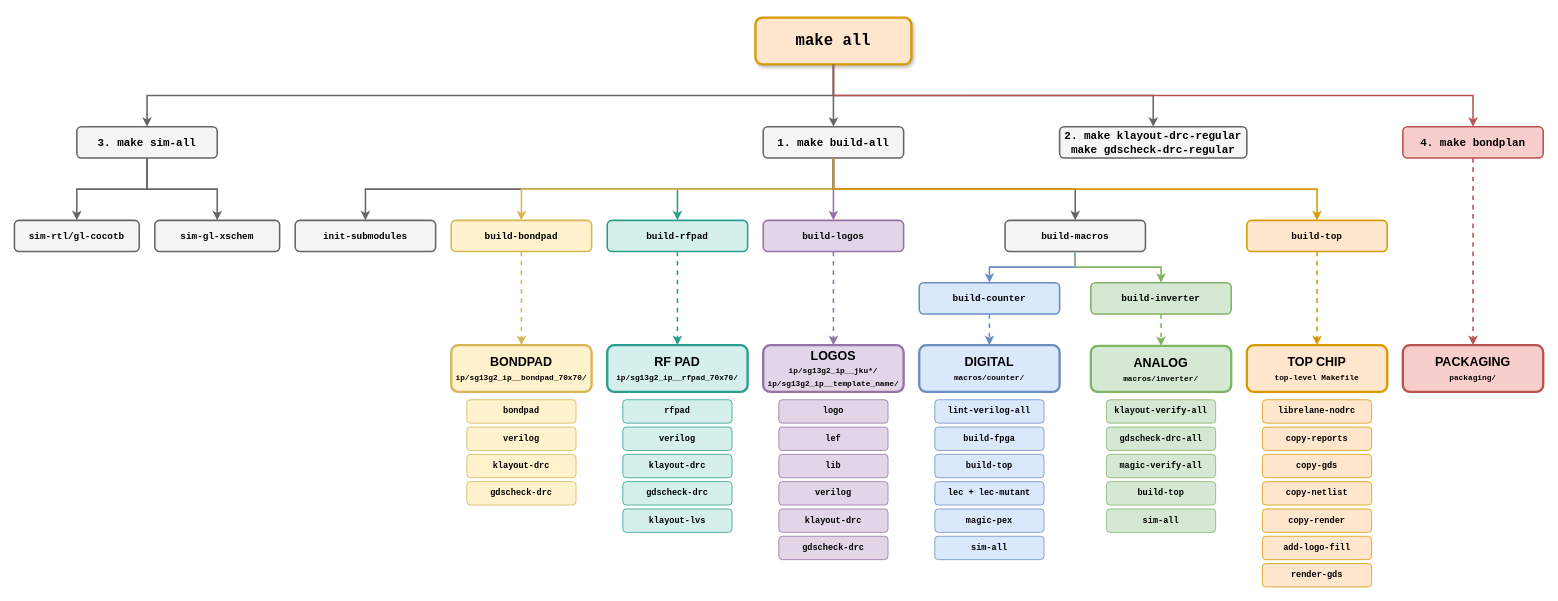
Above: tutorial/fig/targets_overview/targets_overview.drawio in iic-jku/ihp-sg13g2-ams-chip-template (draw.io), before the change. Source tidied: cells renumbered, new cells numbered last; positions are measured from the earlier drawing's top-left corner, leaving out a move shared by most shapes. Both pictures are drawn from the tidied source at 78%, with x=0, y=0 at pixel (14, 17).
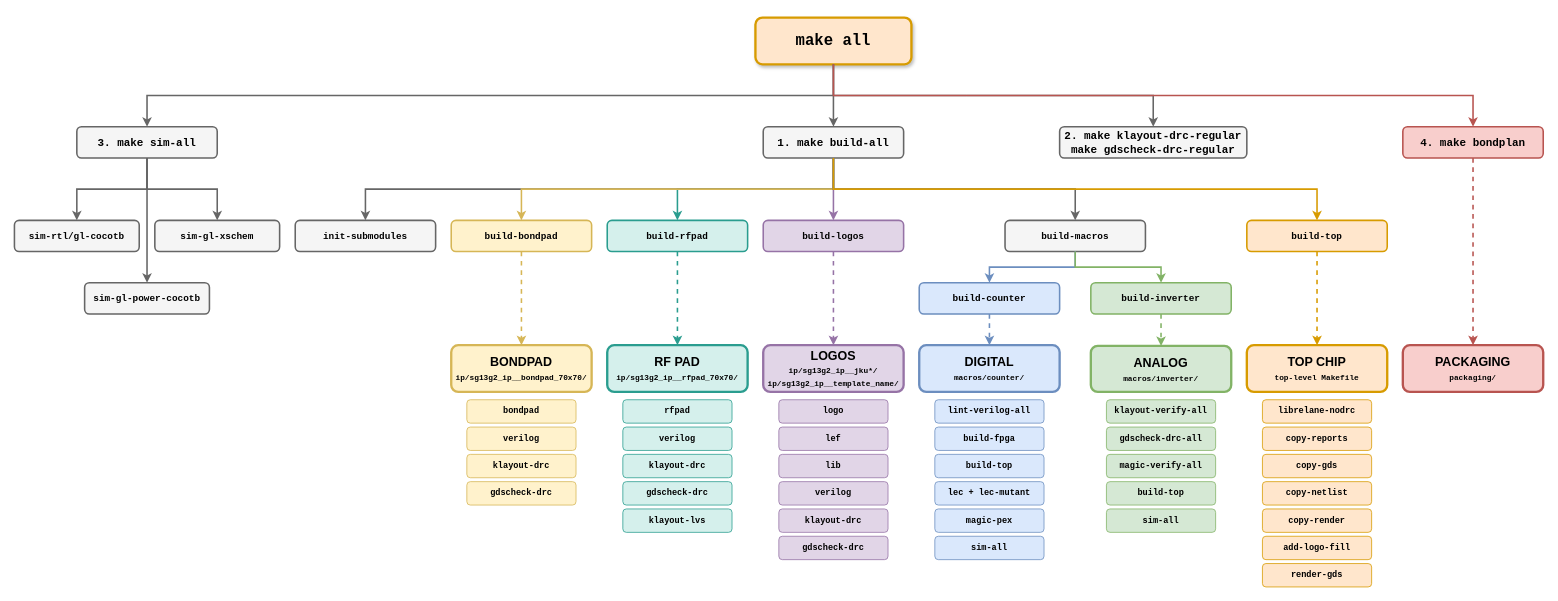
The same page after the edit.

Commit message (it also covers changes not shown here):
tutorial: list power estimate under sim-all in figure and text

Unchanged cells that the change refers to:
```xml
<mxCell id="3" value="&lt;font face=&quot;Courier New&quot;&gt;&lt;b&gt;3. make sim-all&lt;/b&gt;&lt;/font&gt;" style="rounded=1;whiteSpace=wrap;html=1;fontSize=14;fillColor=#f5f5f5;strokeColor=#666666;strokeWidth=2;fontStyle=1;verticalAlign=middle;sketch=0;" parent="1" vertex="1">
  <mxGeometry x="80" y="140" width="180" height="40" as="geometry" />
</mxCell>
```

Diff of the diagram source:
```diff
@@
+    <mxCell id="78" value="&lt;font face=&quot;Courier New&quot; style=&quot;font-size: 12px;&quot;&gt;&lt;b&gt;sim-gl-power-cocotb&lt;/b&gt;&lt;/font&gt;" style="rounded=1;whiteSpace=wrap;html=1;fontSize=12;fillColor=#f5f5f5;strokeColor=#666666;strokeWidth=2;fontStyle=1;verticalAlign=middle;sketch=0;" parent="1" vertex="1">
+      <mxGeometry x="90" y="340" width="160" height="40" as="geometry" />
+    </mxCell>
@@
+    <mxCell id="79" style="edgeStyle=orthogonalEdgeStyle;rounded=0;jettySize=auto;html=1;exitX=0.5;exitY=1;exitDx=0;exitDy=0;entryX=0.5;entryY=0;entryDx=0;entryDy=0;strokeColor=#666666;strokeWidth=2;endArrow=classic;endFill=1;" parent="1" edge="1" source="3" target="78">
+      <mxGeometry relative="1" as="geometry" />
+    </mxCell>
```
